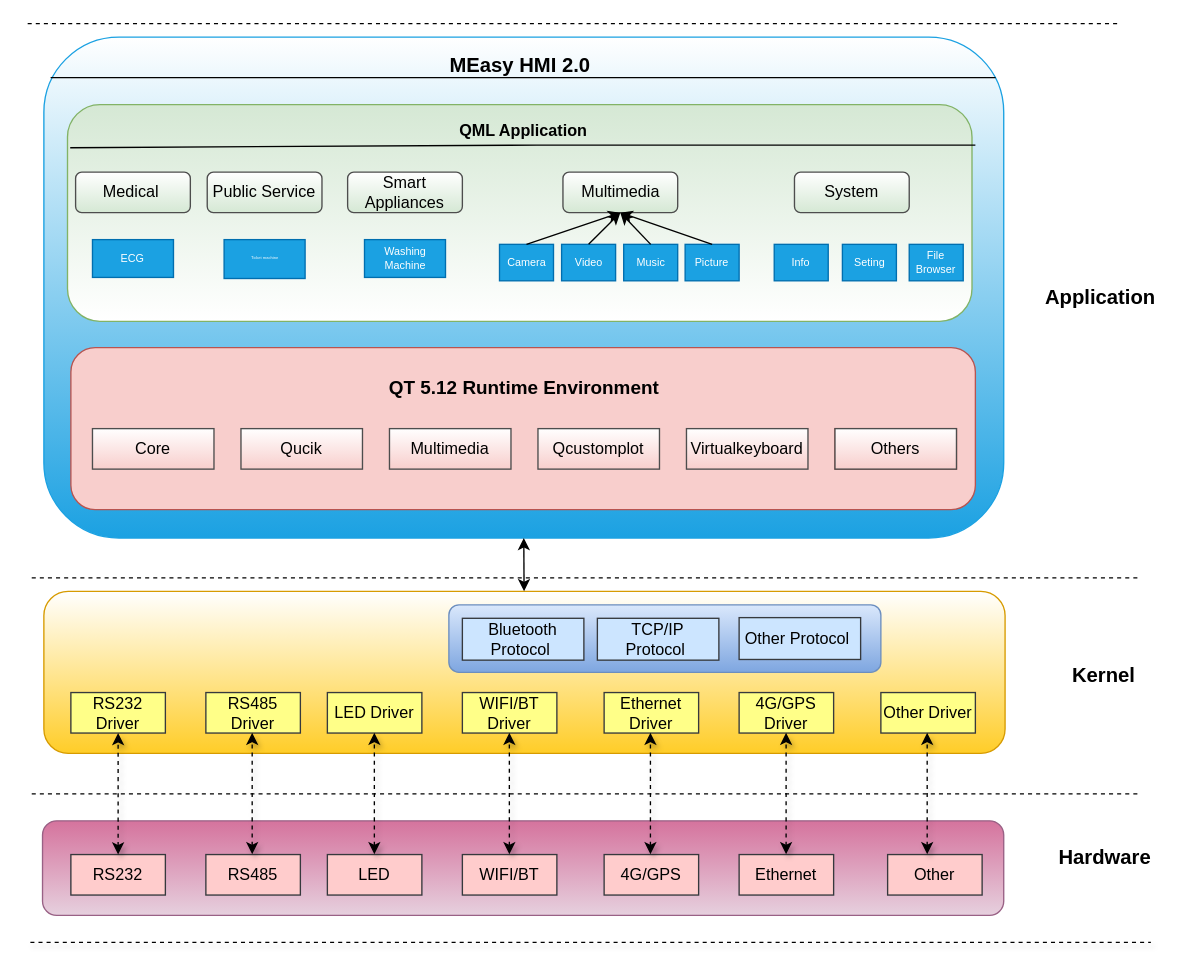
Before: hmi2.0.drawio in long585/gitlearn, a draw.io diagram. Source tidied: cells renumbered, new cells numbered last; positions are measured from the earlier drawing's top-left corner, leaving out a move shared by most shapes. Both pictures are drawn from the tidied source at 135%, with x=0, y=0 at pixel (23, 23).
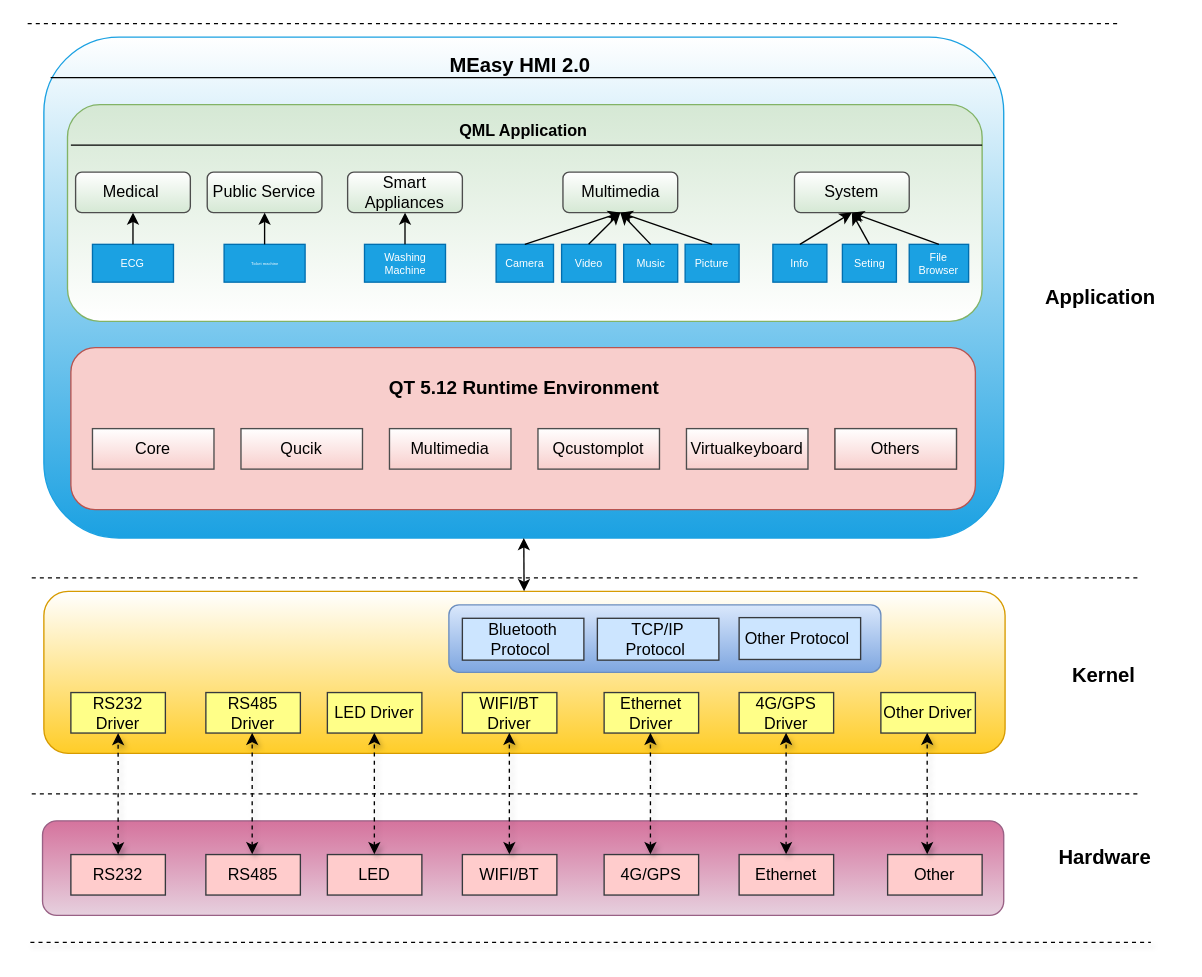
After the change.

Unchanged cells that the change refers to:
```xml
<mxCell id="51" value="Smart Appliances" style="rounded=1;whiteSpace=wrap;html=1;strokeColor=#4D4D4D;fillColor=#d5e8d4;gradientColor=#ffffff;gradientDirection=north;" parent="1" vertex="1">
  <mxGeometry x="240" y="110" width="85" height="30" as="geometry" />
</mxCell>
<mxCell id="52" value="System" style="rounded=1;whiteSpace=wrap;html=1;strokeColor=#4D4D4D;fillColor=#d5e8d4;gradientColor=#ffffff;gradientDirection=north;" parent="1" vertex="1">
  <mxGeometry x="571" y="110" width="85" height="30" as="geometry" />
</mxCell>
<mxCell id="53" value="Public Service" style="rounded=1;whiteSpace=wrap;html=1;strokeColor=#4D4D4D;fillColor=#d5e8d4;gradientColor=#ffffff;gradientDirection=north;" parent="1" vertex="1">
  <mxGeometry x="136" y="110" width="85" height="30" as="geometry" />
</mxCell>
<mxCell id="55" value="Medical&amp;nbsp;" style="rounded=1;whiteSpace=wrap;html=1;strokeColor=#4D4D4D;fillColor=#d5e8d4;gradientColor=#ffffff;gradientDirection=north;" parent="1" vertex="1">
  <mxGeometry x="38.5" y="110" width="85" height="30" as="geometry" />
</mxCell>
```

The edit, as a diff of the source:
```diff
@@
     <mxCell id="29" style="rounded=1;whiteSpace=wrap;html=1;fillColor=#d5e8d4;strokeColor=#82b366;gradientColor=#ffffff;" parent="1" vertex="1">
-      <mxGeometry x="32.5" y="60" width="670" height="160.5" as="geometry" />
+      <mxGeometry x="32.5" y="60" width="677.5" height="160.5" as="geometry" />
     </mxCell>
@@
-    <mxCell id="40" style="endArrow=none;html=1;exitX=0.003;exitY=0.199;exitDx=0;exitDy=0;exitPerimeter=0;" parent="1" edge="1" source="29">
+    <mxCell id="40" style="endArrow=none;html=1;entryX=1;entryY=0.187;entryDx=0;entryDy=0;entryPerimeter=0;" parent="1" edge="1" target="29">
       <mxGeometry relative="1" as="geometry">
-        <mxPoint x="705" y="90" as="targetPoint" />
+        <mxPoint x="35" y="90" as="sourcePoint" />
         <Array as="points">
           <mxPoint x="370" y="90" />
         </Array>
       </mxGeometry>
     </mxCell>
@@
     <mxCell id="57" value="&lt;font style=&quot;font-size: 8px&quot;&gt;Camera&lt;/font&gt;" style="rounded=0;whiteSpace=wrap;html=1;strokeColor=#006EAF;fillColor=#1ba1e2;fontColor=#ffffff;fontSize=8;" parent="1" vertex="1">
-      <mxGeometry x="352.5" y="163.5" width="40" height="27" as="geometry" />
+      <mxGeometry x="350" y="163.5" width="42.5" height="28" as="geometry" />
     </mxCell>
@@
     <mxCell id="59" value="&lt;font style=&quot;font-size: 8px&quot;&gt;Video&lt;/font&gt;" style="rounded=0;whiteSpace=wrap;html=1;strokeColor=#006EAF;fillColor=#1ba1e2;fontColor=#ffffff;fontSize=8;" parent="1" vertex="1">
-      <mxGeometry x="398.5" y="163.5" width="40" height="27" as="geometry" />
+      <mxGeometry x="398.5" y="163.5" width="40" height="28" as="geometry" />
     </mxCell>
     <mxCell id="60" value="&lt;font style=&quot;font-size: 8px&quot;&gt;Music&lt;/font&gt;" style="rounded=0;whiteSpace=wrap;html=1;strokeColor=#006EAF;fillColor=#1ba1e2;fontColor=#ffffff;fontSize=8;" parent="1" vertex="1">
-      <mxGeometry x="444.5" y="163.5" width="40" height="27" as="geometry" />
+      <mxGeometry x="444.5" y="163.5" width="40" height="28" as="geometry" />
     </mxCell>
     <mxCell id="61" value="Picture" style="rounded=0;whiteSpace=wrap;html=1;strokeColor=#006EAF;fillColor=#1ba1e2;fontColor=#ffffff;fontSize=8;" parent="1" vertex="1">
-      <mxGeometry x="490" y="163.5" width="40" height="27" as="geometry" />
+      <mxGeometry x="490" y="163.5" width="40" height="28" as="geometry" />
     </mxCell>
     <mxCell id="62" value="&lt;font style=&quot;font-size: 3px;&quot;&gt;Ticket machine&lt;/font&gt;" style="rounded=0;whiteSpace=wrap;html=1;strokeColor=#006EAF;fillColor=#1ba1e2;fontColor=#ffffff;fontSize=3;verticalAlign=middle;" parent="1" vertex="1">
-      <mxGeometry x="148.5" y="160" width="60" height="28.8" as="geometry" />
+      <mxGeometry x="148.5" y="163.5" width="60" height="28" as="geometry" />
     </mxCell>
     <mxCell id="63" value="ECG" style="rounded=0;whiteSpace=wrap;html=1;strokeColor=#006EAF;fillColor=#1ba1e2;fontColor=#ffffff;fontSize=8;" parent="1" vertex="1">
-      <mxGeometry x="51" y="160" width="60" height="28" as="geometry" />
+      <mxGeometry x="51" y="163.5" width="60" height="28" as="geometry" />
     </mxCell>
     <mxCell id="64" value="&lt;font style=&quot;font-size: 8px&quot;&gt;Info&lt;/font&gt;" style="rounded=0;whiteSpace=wrap;html=1;strokeColor=#006EAF;fillColor=#1ba1e2;fontColor=#ffffff;fontSize=8;" parent="1" vertex="1">
-      <mxGeometry x="556" y="163.5" width="40" height="27" as="geometry" />
+      <mxGeometry x="555" y="163.5" width="40" height="28" as="geometry" />
     </mxCell>
     <mxCell id="65" value="Seting" style="rounded=0;whiteSpace=wrap;html=1;strokeColor=#006EAF;fillColor=#1ba1e2;fontColor=#ffffff;fontSize=8;" parent="1" vertex="1">
-      <mxGeometry x="606.5" y="163.5" width="40" height="27" as="geometry" />
+      <mxGeometry x="606.5" y="163.5" width="40" height="28" as="geometry" />
     </mxCell>
     <mxCell id="66" value="File Browser" style="rounded=0;whiteSpace=wrap;html=1;strokeColor=#006EAF;fillColor=#1ba1e2;fontColor=#ffffff;fontSize=8;" parent="1" vertex="1">
-      <mxGeometry x="656" y="163.5" width="40" height="27" as="geometry" />
+      <mxGeometry x="656" y="163.5" width="44" height="28" as="geometry" />
     </mxCell>
     <mxCell id="67" value="Washing Machine" style="rounded=0;whiteSpace=wrap;html=1;strokeColor=#006EAF;fillColor=#1ba1e2;fontColor=#ffffff;fontSize=8;" parent="1" vertex="1">
-      <mxGeometry x="252.5" y="160" width="60" height="28" as="geometry" />
+      <mxGeometry x="252.5" y="163.5" width="60" height="28" as="geometry" />
     </mxCell>
@@
+    <mxCell id="72" style="endArrow=classic;html=1;fontSize=3;exitX=0.5;exitY=0;exitDx=0;exitDy=0;entryX=0.5;entryY=1;entryDx=0;entryDy=0;" parent="1" edge="1" source="64" target="52">
+      <mxGeometry relative="1" as="geometry" />
+    </mxCell>
+    <mxCell id="73" style="endArrow=classic;html=1;fontSize=3;exitX=0.5;exitY=0;exitDx=0;exitDy=0;entryX=0.5;entryY=1;entryDx=0;entryDy=0;" parent="1" edge="1" source="65" target="52">
+      <mxGeometry relative="1" as="geometry" />
+    </mxCell>
+    <mxCell id="74" style="endArrow=classic;html=1;fontSize=3;exitX=0.5;exitY=0;exitDx=0;exitDy=0;entryX=0.5;entryY=1;entryDx=0;entryDy=0;" parent="1" edge="1" source="66" target="52">
+      <mxGeometry relative="1" as="geometry" />
+    </mxCell>
+    <mxCell id="75" style="endArrow=classic;html=1;fontSize=3;exitX=0.5;exitY=0;exitDx=0;exitDy=0;entryX=0.5;entryY=1;entryDx=0;entryDy=0;" parent="1" edge="1" source="67" target="51">
+      <mxGeometry relative="1" as="geometry" />
+    </mxCell>
+    <mxCell id="76" style="endArrow=classic;html=1;fontSize=3;exitX=0.5;exitY=0;exitDx=0;exitDy=0;entryX=0.5;entryY=1;entryDx=0;entryDy=0;" parent="1" edge="1" source="62" target="53">
+      <mxGeometry relative="1" as="geometry" />
+    </mxCell>
+    <mxCell id="77" style="endArrow=classic;html=1;fontSize=3;exitX=0.5;exitY=0;exitDx=0;exitDy=0;entryX=0.5;entryY=1;entryDx=0;entryDy=0;" parent="1" edge="1" source="63" target="55">
+      <mxGeometry relative="1" as="geometry" />
+    </mxCell>
```
